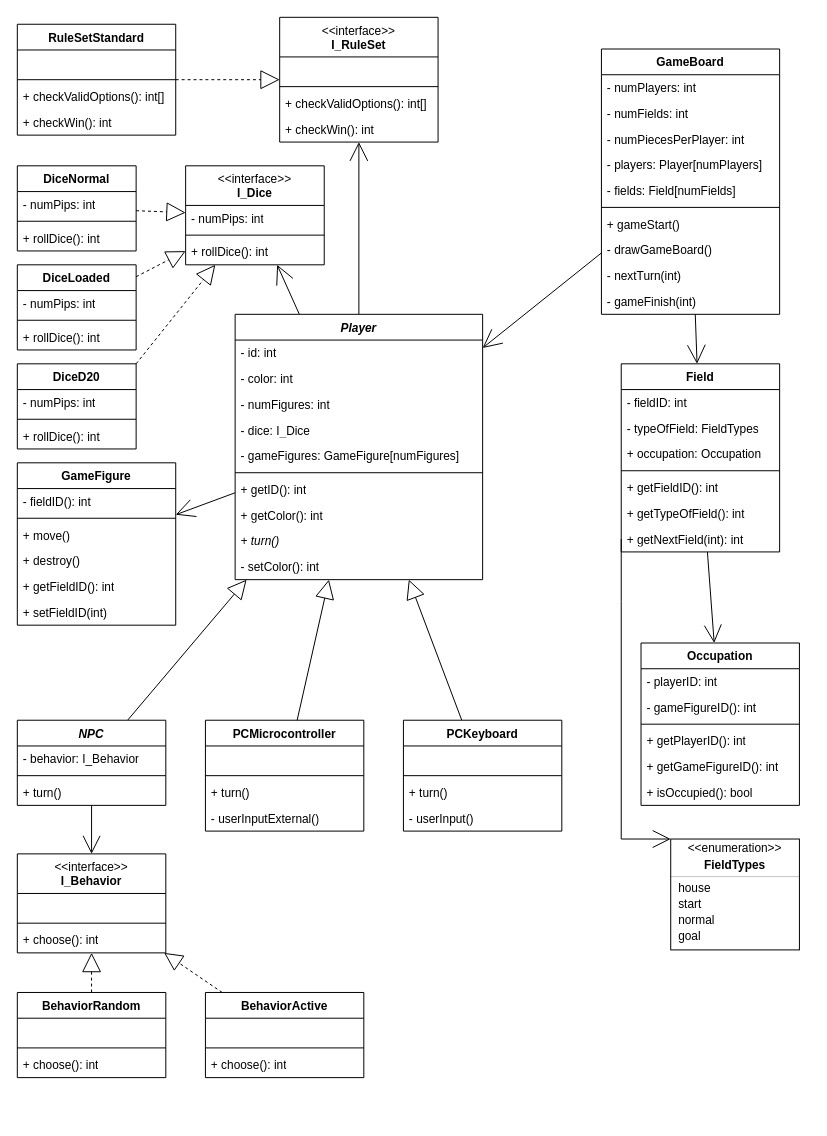
Chrisdroid8/EmbeddedSystems keeps this draw.io diagram as codeRothe/diagramme/KlassendiagrammUML.drawio. Above is the earlier version. Source tidied: cells renumbered, new cells numbered last; positions are measured from the earlier drawing's top-left corner, leaving out a move shared by most shapes. Both pictures are drawn from the tidied source at 99%, with x=0, y=0 at pixel (17, 17).
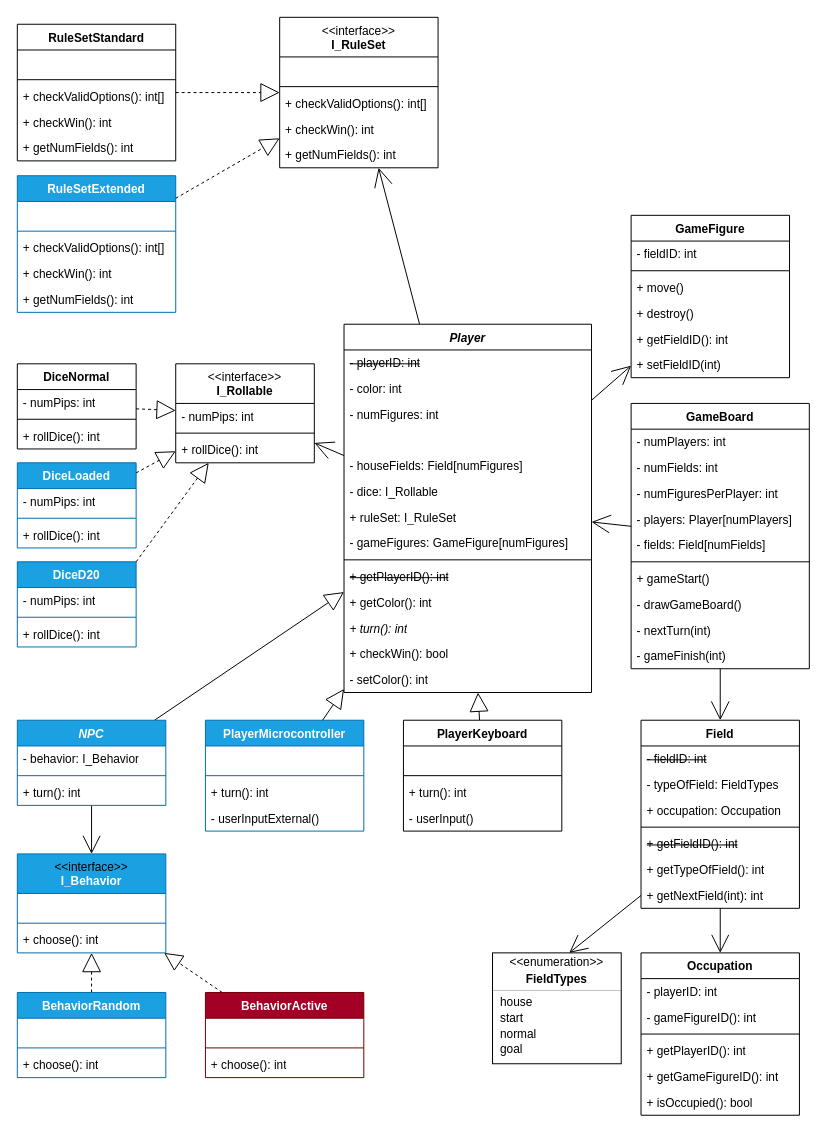
Above is the later version.

Unchanged cells that the change refers to:
```xml
<mxCell id="41" value="+ getNextField(int): int" style="text;strokeColor=none;fillColor=none;align=left;verticalAlign=top;spacingLeft=4;spacingRight=4;overflow=hidden;points=[[0,0.5],[1,0.5]];portConstraint=eastwest;whiteSpace=wrap;html=1;rounded=0;" parent="34" vertex="1">
  <mxGeometry y="164" width="160" height="26" as="geometry" />
</mxCell>
<mxCell id="43" value="&amp;lt;&amp;lt;enumeration&amp;gt;&amp;gt;" style="html=1;align=center;spacing=0;verticalAlign=middle;strokeColor=none;fillColor=none;whiteSpace=wrap;rounded=0;" parent="42" vertex="1">
  <mxGeometry width="130" height="20" as="geometry" />
</mxCell>
```

What changed in the source:
```diff
@@
     <mxCell id="12" value="&lt;i&gt;Player&lt;/i&gt;" style="swimlane;fontStyle=1;align=center;verticalAlign=top;horizontal=1;startSize=26;whiteSpace=wrap;html=1;swimlaneLine=1;glass=0;swimlaneFillColor=none;rounded=0;" parent="1" vertex="1">
-      <mxGeometry x="220" y="300" width="250" height="268" as="geometry" />
+      <mxGeometry x="330" y="310" width="250" height="372" as="geometry" />
     </mxCell>
-    <mxCell id="13" value="- id: int" style="text;strokeColor=none;fillColor=none;align=left;verticalAlign=top;spacingLeft=4;spacingRight=4;overflow=hidden;whiteSpace=wrap;html=1;rounded=0;" parent="12" vertex="1">
+    <mxCell id="13" value="&lt;strike&gt;- playerID: int&lt;/strike&gt;" style="text;strokeColor=none;fillColor=none;align=left;verticalAlign=top;spacingLeft=4;spacingRight=4;overflow=hidden;whiteSpace=wrap;html=1;rounded=0;" parent="12" vertex="1">
       <mxGeometry y="26" width="250" height="26" as="geometry" />
     </mxCell>
@@
+    <mxCell id="124" style="text;strokeColor=none;fillColor=none;align=left;verticalAlign=top;spacingLeft=4;spacingRight=4;overflow=hidden;whiteSpace=wrap;html=1;rounded=0;" parent="12" vertex="1">
+      <mxGeometry y="104" width="250" height="26" as="geometry" />
+    </mxCell>
+    <mxCell id="125" value="- houseFields: Field[numFigures]" style="text;strokeColor=none;fillColor=none;align=left;verticalAlign=top;spacingLeft=4;spacingRight=4;overflow=hidden;whiteSpace=wrap;html=1;rounded=0;" parent="12" vertex="1">
+      <mxGeometry y="130" width="250" height="26" as="geometry" />
+    </mxCell>
-    <mxCell id="16" value="- dice: I_Dice" style="text;strokeColor=none;fillColor=none;align=left;verticalAlign=top;spacingLeft=4;spacingRight=4;overflow=hidden;whiteSpace=wrap;html=1;rounded=0;" parent="12" vertex="1">
-      <mxGeometry y="104" width="250" height="26" as="geometry" />
+    <mxCell id="16" value="- dice: I_Rollable" style="text;strokeColor=none;fillColor=none;align=left;verticalAlign=top;spacingLeft=4;spacingRight=4;overflow=hidden;whiteSpace=wrap;html=1;rounded=0;" parent="12" vertex="1">
+      <mxGeometry y="156" width="250" height="26" as="geometry" />
     </mxCell>
+    <mxCell id="126" value="&lt;font style=&quot;color: light-dark(rgb(0, 0, 0), rgb(255, 51, 51));&quot;&gt;+&lt;/font&gt; ruleSet: I_RuleSet" style="text;strokeColor=none;fillColor=none;align=left;verticalAlign=top;spacingLeft=4;spacingRight=4;overflow=hidden;whiteSpace=wrap;html=1;rounded=0;" parent="12" vertex="1">
+      <mxGeometry y="182" width="250" height="26" as="geometry" />
+    </mxCell>
     <mxCell id="17" value="- gameFigures: GameFigure[numFigures]" style="text;strokeColor=none;fillColor=none;align=left;verticalAlign=top;spacingLeft=4;spacingRight=4;overflow=hidden;whiteSpace=wrap;html=1;rounded=0;" parent="12" vertex="1">
-      <mxGeometry y="130" width="250" height="26" as="geometry" />
+      <mxGeometry y="208" width="250" height="26" as="geometry" />
     </mxCell>
     <mxCell id="18" style="line;strokeWidth=1;fillColor=none;align=left;verticalAlign=middle;spacingTop=-1;spacingLeft=3;spacingRight=3;labelPosition=right;strokeColor=inherit;rounded=0;" parent="12" vertex="1">
-      <mxGeometry y="156" width="250" height="8" as="geometry" />
+      <mxGeometry y="234" width="250" height="8" as="geometry" />
     </mxCell>
-    <mxCell id="19" value="+ getID(): int" style="text;strokeColor=none;fillColor=none;align=left;verticalAlign=top;spacingLeft=4;spacingRight=4;overflow=hidden;whiteSpace=wrap;html=1;rounded=0;" parent="12" vertex="1">
-      <mxGeometry y="164" width="250" height="26" as="geometry" />
+    <mxCell id="19" value="&lt;strike&gt;+ getPlayerID(): int&lt;/strike&gt;" style="text;strokeColor=none;fillColor=none;align=left;verticalAlign=top;spacingLeft=4;spacingRight=4;overflow=hidden;whiteSpace=wrap;html=1;rounded=0;" parent="12" vertex="1">
+      <mxGeometry y="242" width="250" height="26" as="geometry" />
     </mxCell>
     <mxCell id="20" value="+ getColor(): int" style="text;strokeColor=none;fillColor=none;align=left;verticalAlign=top;spacingLeft=4;spacingRight=4;overflow=hidden;whiteSpace=wrap;html=1;rounded=0;" parent="12" vertex="1">
-      <mxGeometry y="190" width="250" height="26" as="geometry" />
+      <mxGeometry y="268" width="250" height="26" as="geometry" />
     </mxCell>
-    <mxCell id="21" value="&lt;i&gt;+ turn()&lt;/i&gt;" style="text;strokeColor=none;fillColor=none;align=left;verticalAlign=top;spacingLeft=4;spacingRight=4;overflow=hidden;whiteSpace=wrap;html=1;rounded=0;" parent="12" vertex="1">
-      <mxGeometry y="216" width="250" height="26" as="geometry" />
+    <mxCell id="21" value="&lt;i&gt;+ turn(): int&lt;/i&gt;" style="text;strokeColor=none;fillColor=none;align=left;verticalAlign=top;spacingLeft=4;spacingRight=4;overflow=hidden;whiteSpace=wrap;html=1;rounded=0;" parent="12" vertex="1">
+      <mxGeometry y="294" width="250" height="26" as="geometry" />
     </mxCell>
+    <mxCell id="127" value="+ checkWin(): bool" style="text;strokeColor=none;fillColor=none;align=left;verticalAlign=top;spacingLeft=4;spacingRight=4;overflow=hidden;whiteSpace=wrap;html=1;rounded=0;" parent="12" vertex="1">
+      <mxGeometry y="320" width="250" height="26" as="geometry" />
+    </mxCell>
     <mxCell id="22" value="- setColor(): int" style="text;strokeColor=none;fillColor=none;align=left;verticalAlign=top;spacingLeft=4;spacingRight=4;overflow=hidden;whiteSpace=wrap;html=1;rounded=0;" parent="12" vertex="1">
-      <mxGeometry y="242" width="250" height="26" as="geometry" />
+      <mxGeometry y="346" width="250" height="26" as="geometry" />
     </mxCell>
     <mxCell id="23" value="GameBoard" style="swimlane;fontStyle=1;align=center;verticalAlign=top;horizontal=1;startSize=26;whiteSpace=wrap;html=1;rounded=0;" parent="1" vertex="1">
-      <mxGeometry x="590" y="32" width="180" height="268" as="geometry" />
+      <mxGeometry x="620" y="390" width="180" height="268" as="geometry" />
     </mxCell>
@@
-    <mxCell id="26" value="- numPiecesPerPlayer: int" style="text;strokeColor=none;fillColor=none;align=left;verticalAlign=top;spacingLeft=4;spacingRight=4;overflow=hidden;whiteSpace=wrap;html=1;rounded=0;" parent="23" vertex="1">
+    <mxCell id="26" value="- numFiguresPerPlayer: int" style="text;strokeColor=none;fillColor=none;align=left;verticalAlign=top;spacingLeft=4;spacingRight=4;overflow=hidden;whiteSpace=wrap;html=1;rounded=0;" parent="23" vertex="1">
       <mxGeometry y="78" width="180" height="26" as="geometry" />
     </mxCell>
@@
     <mxCell id="34" value="Field" style="swimlane;fontStyle=1;align=center;verticalAlign=top;horizontal=1;startSize=26;whiteSpace=wrap;html=1;rounded=0;" parent="1" vertex="1">
-      <mxGeometry x="610" y="350" width="160" height="190" as="geometry" />
+      <mxGeometry x="630" y="710" width="160" height="190" as="geometry" />
     </mxCell>
-    <mxCell id="35" value="- fieldID: int" style="text;strokeColor=none;fillColor=none;align=left;verticalAlign=top;spacingLeft=4;spacingRight=4;overflow=hidden;whiteSpace=wrap;html=1;rounded=0;" parent="34" vertex="1">
+    <mxCell id="35" value="&lt;strike&gt;- fieldID: int&lt;/strike&gt;" style="text;strokeColor=none;fillColor=none;align=left;verticalAlign=top;spacingLeft=4;spacingRight=4;overflow=hidden;whiteSpace=wrap;html=1;rounded=0;" parent="34" vertex="1">
       <mxGeometry y="26" width="160" height="26" as="geometry" />
     </mxCell>
@@
-    <mxCell id="39" value="+ getFieldID(): int" style="text;strokeColor=none;fillColor=none;align=left;verticalAlign=top;spacingLeft=4;spacingRight=4;overflow=hidden;whiteSpace=wrap;html=1;rounded=0;" parent="34" vertex="1">
+    <mxCell id="39" value="&lt;strike&gt;+ getFieldID(): int&lt;/strike&gt;" style="text;strokeColor=none;fillColor=none;align=left;verticalAlign=top;spacingLeft=4;spacingRight=4;overflow=hidden;whiteSpace=wrap;html=1;rounded=0;" parent="34" vertex="1">
       <mxGeometry y="112" width="160" height="26" as="geometry" />
     </mxCell>
@@
     <mxCell id="42" style="fontStyle=1;align=center;verticalAlign=middle;horizontal=1;rounded=0;" parent="1" vertex="1">
-      <mxGeometry x="660" y="830" width="130" height="112" as="geometry" />
+      <mxGeometry x="480" y="945" width="130" height="112" as="geometry" />
     </mxCell>
@@
-    <mxCell id="51" style="edgeStyle=none;html=1;endArrow=open;endFill=0;endSize=16.141699999999997;rounded=0;exitX=0;exitY=0.5;exitDx=0;exitDy=0;" parent="1" edge="1" source="41">
-      <mxGeometry relative="1" as="geometry">
-        <mxPoint x="660" y="830" as="targetPoint" />
-        <Array as="points">
-          <mxPoint x="610" y="590" />
-          <mxPoint x="610" y="830" />
-        </Array>
-      </mxGeometry>
+    <mxCell id="51" style="edgeStyle=none;html=1;endArrow=open;endFill=0;endSize=16.141699999999997;rounded=0;exitX=0;exitY=0.5;exitDx=0;exitDy=0;" parent="1" edge="1" source="41" target="43">
+      <mxGeometry relative="1" as="geometry" />
     </mxCell>
@@
     <mxCell id="54" value="RuleSetStandard" style="swimlane;fontStyle=1;align=center;verticalAlign=top;horizontal=1;startSize=26;whiteSpace=wrap;html=1;rounded=0;" parent="1" vertex="1">
-      <mxGeometry y="7" width="160" height="112" as="geometry" />
+      <mxGeometry y="7" width="160" height="138" as="geometry" />
     </mxCell>
@@
+    <mxCell id="128" value="+ getNumFields(): int" style="text;strokeColor=none;fillColor=none;align=left;verticalAlign=top;spacingLeft=4;spacingRight=4;overflow=hidden;whiteSpace=wrap;html=1;" parent="54" vertex="1">
+      <mxGeometry y="112" width="160" height="26" as="geometry" />
+    </mxCell>
     <mxCell id="59" value="DiceNormal" style="swimlane;fontStyle=1;align=center;verticalAlign=top;horizontal=1;startSize=26;whiteSpace=wrap;html=1;" parent="1" vertex="1">
-      <mxGeometry y="150" width="120" height="86" as="geometry" />
+      <mxGeometry y="350" width="120" height="86" as="geometry" />
     </mxCell>
@@
-    <mxCell id="63" value="&lt;span style=&quot;font-weight: normal;&quot;&gt;&lt;font style=&quot;color: light-dark(rgb(0, 0, 0), rgb(192, 192, 192));&quot;&gt;&amp;lt;&amp;lt;interface&amp;gt;&amp;gt;&lt;/font&gt;&lt;/span&gt;&lt;br&gt;I_Dice" style="swimlane;fontStyle=1;align=center;verticalAlign=top;horizontal=1;startSize=40;whiteSpace=wrap;html=1;" parent="1" vertex="1">
-      <mxGeometry x="170" y="150" width="140" height="100" as="geometry" />
+    <mxCell id="63" value="&lt;span style=&quot;font-weight: normal;&quot;&gt;&lt;font style=&quot;color: light-dark(rgb(0, 0, 0), rgb(192, 192, 192));&quot;&gt;&amp;lt;&amp;lt;interface&amp;gt;&amp;gt;&lt;/font&gt;&lt;/span&gt;&lt;br&gt;I_Rollable" style="swimlane;fontStyle=1;align=center;verticalAlign=top;horizontal=1;startSize=40;whiteSpace=wrap;html=1;" parent="1" vertex="1">
+      <mxGeometry x="160" y="350" width="140" height="100" as="geometry" />
     </mxCell>
@@
-    <mxCell id="67" value="DiceLoaded" style="swimlane;fontStyle=1;align=center;verticalAlign=top;horizontal=1;startSize=26;whiteSpace=wrap;html=1;" parent="1" vertex="1">
-      <mxGeometry y="250" width="120" height="86" as="geometry" />
+    <mxCell id="67" value="DiceLoaded" style="swimlane;fontStyle=1;align=center;verticalAlign=top;horizontal=1;startSize=26;whiteSpace=wrap;html=1;fillColor=#1ba1e2;fontColor=#ffffff;strokeColor=#006EAF;" parent="1" vertex="1">
+      <mxGeometry y="450" width="120" height="86" as="geometry" />
     </mxCell>
@@
-    <mxCell id="72" value="DiceD20" style="swimlane;fontStyle=1;align=center;verticalAlign=top;horizontal=1;startSize=26;whiteSpace=wrap;html=1;" parent="1" vertex="1">
-      <mxGeometry y="350" width="120" height="86" as="geometry" />
+    <mxCell id="72" value="DiceD20" style="swimlane;fontStyle=1;align=center;verticalAlign=top;horizontal=1;startSize=26;whiteSpace=wrap;html=1;fillColor=#1ba1e2;fontColor=#ffffff;strokeColor=#006EAF;" parent="1" vertex="1">
+      <mxGeometry y="550" width="120" height="86" as="geometry" />
     </mxCell>
@@
     <mxCell id="77" value="&lt;font style=&quot;color: light-dark(rgb(0, 0, 0), rgb(192, 192, 192)); font-weight: normal;&quot;&gt;&amp;lt;&amp;lt;interface&amp;gt;&amp;gt;&lt;/font&gt;&lt;div&gt;&lt;font style=&quot;color: light-dark(rgb(0, 0, 0), rgb(255, 255, 255));&quot;&gt;I_RuleSet&lt;/font&gt;&lt;/div&gt;" style="swimlane;fontStyle=1;align=center;verticalAlign=top;horizontal=1;startSize=40;whiteSpace=wrap;html=1;" parent="1" vertex="1">
-      <mxGeometry x="265" width="160" height="126" as="geometry" />
+      <mxGeometry x="265" width="160" height="152" as="geometry" />
     </mxCell>
@@
+    <mxCell id="129" value="+ getNumFields(): int" style="text;strokeColor=none;fillColor=none;align=left;verticalAlign=top;spacingLeft=4;spacingRight=4;overflow=hidden;whiteSpace=wrap;html=1;" parent="77" vertex="1">
+      <mxGeometry y="126" width="160" height="26" as="geometry" />
+    </mxCell>
-    <mxCell id="82" value="&lt;i&gt;NPC&lt;/i&gt;" style="swimlane;fontStyle=1;align=center;verticalAlign=top;horizontal=1;startSize=26;whiteSpace=wrap;html=1;" parent="1" vertex="1">
+    <mxCell id="82" value="&lt;i&gt;NPC&lt;/i&gt;" style="swimlane;fontStyle=1;align=center;verticalAlign=top;horizontal=1;startSize=26;whiteSpace=wrap;html=1;fillColor=#1ba1e2;fontColor=#ffffff;strokeColor=#006EAF;" parent="1" vertex="1">
       <mxGeometry y="710" width="150" height="86" as="geometry" />
     </mxCell>
@@
-    <mxCell id="85" value="+ turn()" style="text;strokeColor=none;fillColor=none;align=left;verticalAlign=top;spacingLeft=4;spacingRight=4;overflow=hidden;whiteSpace=wrap;html=1;" parent="82" vertex="1">
+    <mxCell id="85" value="+ turn(): int" style="text;strokeColor=none;fillColor=none;align=left;verticalAlign=top;spacingLeft=4;spacingRight=4;overflow=hidden;whiteSpace=wrap;html=1;" parent="82" vertex="1">
       <mxGeometry y="60" width="150" height="26" as="geometry" />
     </mxCell>
-    <mxCell id="86" value="PCMicrocontroller" style="swimlane;fontStyle=1;align=center;verticalAlign=top;horizontal=1;startSize=26;whiteSpace=wrap;html=1;" parent="1" vertex="1">
+    <mxCell id="86" value="PlayerMicrocontroller" style="swimlane;fontStyle=1;align=center;verticalAlign=top;horizontal=1;startSize=26;whiteSpace=wrap;html=1;fillColor=#1ba1e2;fontColor=#ffffff;strokeColor=#006EAF;" parent="1" vertex="1">
       <mxGeometry x="190" y="710" width="160" height="112" as="geometry" />
     </mxCell>
@@
-    <mxCell id="89" value="+ turn()" style="text;strokeColor=none;fillColor=none;align=left;verticalAlign=top;spacingLeft=4;spacingRight=4;overflow=hidden;whiteSpace=wrap;html=1;" parent="86" vertex="1">
+    <mxCell id="89" value="+ turn(): int" style="text;strokeColor=none;fillColor=none;align=left;verticalAlign=top;spacingLeft=4;spacingRight=4;overflow=hidden;whiteSpace=wrap;html=1;" parent="86" vertex="1">
       <mxGeometry y="60" width="160" height="26" as="geometry" />
     </mxCell>
@@
-    <mxCell id="92" value="PCKeyboard" style="swimlane;fontStyle=1;align=center;verticalAlign=top;horizontal=1;startSize=26;whiteSpace=wrap;html=1;" parent="1" vertex="1">
+    <mxCell id="92" value="PlayerKeyboard" style="swimlane;fontStyle=1;align=center;verticalAlign=top;horizontal=1;startSize=26;whiteSpace=wrap;html=1;" parent="1" vertex="1">
       <mxGeometry x="390" y="710" width="160" height="112" as="geometry" />
     </mxCell>
@@
-    <mxCell id="95" value="+ turn()" style="text;strokeColor=none;fillColor=none;align=left;verticalAlign=top;spacingLeft=4;spacingRight=4;overflow=hidden;whiteSpace=wrap;html=1;" parent="92" vertex="1">
+    <mxCell id="95" value="+ turn(): int" style="text;strokeColor=none;fillColor=none;align=left;verticalAlign=top;spacingLeft=4;spacingRight=4;overflow=hidden;whiteSpace=wrap;html=1;" parent="92" vertex="1">
       <mxGeometry y="60" width="160" height="26" as="geometry" />
     </mxCell>
@@
-    <mxCell id="97" value="&lt;span style=&quot;font-weight: normal;&quot;&gt;&lt;font style=&quot;color: light-dark(rgb(0, 0, 0), rgb(192, 192, 192));&quot;&gt;&amp;lt;&amp;lt;interface&amp;gt;&amp;gt;&lt;/font&gt;&lt;/span&gt;&lt;br&gt;I_Behavior" style="swimlane;fontStyle=1;align=center;verticalAlign=top;horizontal=1;startSize=40;whiteSpace=wrap;html=1;" parent="1" vertex="1">
+    <mxCell id="97" value="&lt;span style=&quot;font-weight: normal;&quot;&gt;&lt;font style=&quot;color: light-dark(rgb(0, 0, 0), rgb(192, 192, 192));&quot;&gt;&amp;lt;&amp;lt;interface&amp;gt;&amp;gt;&lt;/font&gt;&lt;/span&gt;&lt;br&gt;I_Behavior" style="swimlane;fontStyle=1;align=center;verticalAlign=top;horizontal=1;startSize=40;whiteSpace=wrap;html=1;fillColor=#1ba1e2;fontColor=#ffffff;strokeColor=#006EAF;" parent="1" vertex="1">
       <mxGeometry y="845" width="150" height="100" as="geometry" />
     </mxCell>
@@
-    <mxCell id="101" value="BehaviorRandom" style="swimlane;fontStyle=1;align=center;verticalAlign=top;horizontal=1;startSize=26;whiteSpace=wrap;html=1;" parent="1" vertex="1">
+    <mxCell id="101" value="BehaviorRandom" style="swimlane;fontStyle=1;align=center;verticalAlign=top;horizontal=1;startSize=26;whiteSpace=wrap;html=1;fillColor=#1ba1e2;fontColor=#ffffff;strokeColor=#006EAF;" parent="1" vertex="1">
       <mxGeometry y="985" width="150" height="86" as="geometry" />
     </mxCell>
@@
-    <mxCell id="105" value="BehaviorActive" style="swimlane;fontStyle=1;align=center;verticalAlign=top;horizontal=1;startSize=26;whiteSpace=wrap;html=1;" parent="1" vertex="1">
+    <mxCell id="105" value="BehaviorActive" style="swimlane;fontStyle=1;align=center;verticalAlign=top;horizontal=1;startSize=26;whiteSpace=wrap;html=1;fillColor=#a20025;fontColor=#ffffff;strokeColor=#6F0000;" parent="1" vertex="1">
       <mxGeometry x="190" y="985" width="160" height="86" as="geometry" />
     </mxCell>
@@
     <mxCell id="109" value="Occupation" style="swimlane;fontStyle=1;align=center;verticalAlign=top;horizontal=1;startSize=26;whiteSpace=wrap;html=1;" parent="1" vertex="1">
-      <mxGeometry x="630" y="632" width="160" height="164" as="geometry" />
+      <mxGeometry x="630" y="945" width="160" height="164" as="geometry" />
     </mxCell>
@@
     <mxCell id="117" value="GameFigure" style="swimlane;fontStyle=1;align=center;verticalAlign=top;horizontal=1;startSize=26;whiteSpace=wrap;html=1;" parent="1" vertex="1">
-      <mxGeometry y="450" width="160" height="164" as="geometry" />
+      <mxGeometry x="620" y="200" width="160" height="164" as="geometry" />
     </mxCell>
-    <mxCell id="118" value="- fieldID(): int" style="text;strokeColor=none;fillColor=none;align=left;verticalAlign=top;spacingLeft=4;spacingRight=4;overflow=hidden;whiteSpace=wrap;html=1;" parent="117" vertex="1">
+    <mxCell id="118" value="- fieldID: int" style="text;strokeColor=none;fillColor=none;align=left;verticalAlign=top;spacingLeft=4;spacingRight=4;overflow=hidden;whiteSpace=wrap;html=1;" parent="117" vertex="1">
       <mxGeometry y="26" width="160" height="26" as="geometry" />
     </mxCell>
@@
+    <mxCell id="130" value="RuleSetExtended" style="swimlane;fontStyle=1;align=center;verticalAlign=top;horizontal=1;startSize=26;whiteSpace=wrap;html=1;rounded=0;fillColor=#1ba1e2;fontColor=#ffffff;strokeColor=#006EAF;" parent="1" vertex="1">
+      <mxGeometry y="160" width="160" height="138" as="geometry" />
+    </mxCell>
+    <mxCell id="131" value="&amp;nbsp;" style="text;strokeColor=none;fillColor=none;align=left;verticalAlign=top;spacingLeft=4;spacingRight=4;overflow=hidden;whiteSpace=wrap;html=1;rounded=0;" parent="130" vertex="1">
+      <mxGeometry y="26" width="160" height="26" as="geometry" />
+    </mxCell>
+    <mxCell id="132" style="line;strokeWidth=1;fillColor=none;align=left;verticalAlign=middle;spacingTop=-1;spacingLeft=3;spacingRight=3;labelPosition=right;strokeColor=inherit;rounded=0;" parent="130" vertex="1">
+      <mxGeometry y="52" width="160" height="8" as="geometry" />
+    </mxCell>
+    <mxCell id="133" value="+ checkValidOptions(): int[]" style="text;strokeColor=none;fillColor=none;align=left;verticalAlign=top;spacingLeft=4;spacingRight=4;overflow=hidden;whiteSpace=wrap;html=1;rounded=0;" parent="130" vertex="1">
+      <mxGeometry y="60" width="160" height="26" as="geometry" />
+    </mxCell>
+    <mxCell id="134" value="+ checkWin(): int" style="text;strokeColor=none;fillColor=none;align=left;verticalAlign=top;spacingLeft=4;spacingRight=4;overflow=hidden;whiteSpace=wrap;html=1;rounded=0;" parent="130" vertex="1">
+      <mxGeometry y="86" width="160" height="26" as="geometry" />
+    </mxCell>
+    <mxCell id="135" value="+ getNumFields(): int" style="text;strokeColor=none;fillColor=none;align=left;verticalAlign=top;spacingLeft=4;spacingRight=4;overflow=hidden;whiteSpace=wrap;html=1;" parent="130" vertex="1">
+      <mxGeometry y="112" width="160" height="26" as="geometry" />
+    </mxCell>
+    <mxCell id="136" style="endArrow=block;html=1;rounded=0;endFill=0;endSize=16.9291;dashed=1;" parent="1" edge="1" source="130" target="77">
+      <mxGeometry relative="1" as="geometry" />
+    </mxCell>
```
